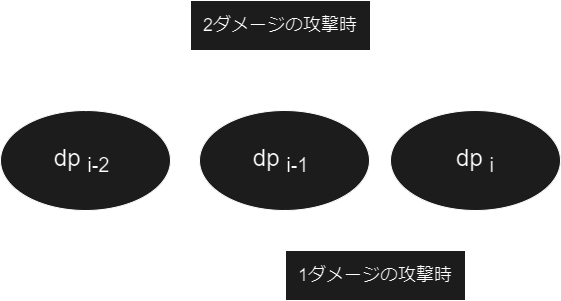
saitamau-maximum/blog keeps this draw.io diagram as public/images/blog/intro-course-8/critical_hit.png. Above is the earlier version. Source tidied: cells renumbered, new cells last; positions are measured from the earlier drawing's top-left corner, leaving out a move shared by most shapes. The source it was exported from:
```xml
<mxGraphModel>
  <root>
    <mxCell id="0" />
    <mxCell id="1" parent="0" />
    <mxCell id="2" style="group;" parent="1" vertex="1">
      <mxGeometry width="560" height="300" as="geometry" />
    </mxCell>
    <mxCell id="3" value="&lt;span style=&quot;font-size: 18px;&quot;&gt;2ダメージの攻撃時&lt;/span&gt;" style="text;align=center;html=1;verticalAlign=middle;whiteSpace=wrap;rounded=0;fillColor=#E3E3E3;strokeColor=default;" parent="2" vertex="1">
      <mxGeometry x="190" width="180" height="50" as="geometry" />
    </mxCell>
    <mxCell id="4" style="group;" parent="2" vertex="1">
      <mxGeometry y="30" width="560" height="180" as="geometry" />
    </mxCell>
    <mxCell id="5" value="&lt;font style=&quot;font-size: 24px;&quot;&gt;dp&amp;nbsp;&lt;sub&gt;i-2&lt;/sub&gt;&amp;nbsp;&lt;/font&gt;" style="ellipse;whiteSpace=wrap;html=1;fillColor=#E3E3E3;" parent="4" vertex="1">
      <mxGeometry y="80" width="170" height="100" as="geometry" />
    </mxCell>
    <mxCell id="6" value="&lt;font style=&quot;font-size: 24px;&quot;&gt;dp&amp;nbsp;&lt;sub style=&quot;border-color: var(--border-color);&quot;&gt;i-1&lt;/sub&gt;&lt;/font&gt;&lt;span style=&quot;font-size: 24px;&quot;&gt;&amp;nbsp;&lt;/span&gt;" style="ellipse;whiteSpace=wrap;html=1;fillColor=#E3E3E3;" parent="4" vertex="1">
      <mxGeometry x="199" y="80" width="170" height="100" as="geometry" />
    </mxCell>
    <mxCell id="7" value="&lt;font style=&quot;font-size: 24px;&quot;&gt;dp&amp;nbsp;&lt;sub style=&quot;border-color: var(--border-color);&quot;&gt;i&lt;/sub&gt;&lt;/font&gt;" style="ellipse;whiteSpace=wrap;html=1;fillColor=#E3E3E3;" parent="4" vertex="1">
      <mxGeometry x="390" y="80" width="170" height="100" as="geometry" />
    </mxCell>
    <mxCell id="8" style="curved=1;endArrow=classic;html=1;rounded=0;exitX=0.5;exitY=0;exitDx=0;exitDy=0;entryX=0.5;entryY=0;entryDx=0;entryDy=0;sourcePerimeterSpacing=6;strokeWidth=2;" parent="4" edge="1" target="7">
      <mxGeometry relative="1" as="geometry">
        <mxPoint x="85" y="80" as="sourcePoint" />
        <Array as="points">
          <mxPoint x="281" y="-10" />
        </Array>
      </mxGeometry>
    </mxCell>
    <mxCell id="9" value="&lt;br&gt;&lt;span style=&quot;font-size: 16px;&quot;&gt;&lt;br&gt;&lt;/span&gt;" style="edgeLabel;html=1;align=center;verticalAlign=middle;" parent="8" vertex="1">
      <mxGeometry x="-0.65" y="-5" relative="1" as="geometry" />
    </mxCell>
    <mxCell id="10" style="curved=1;endArrow=classic;html=1;rounded=0;exitX=0.5;exitY=1;exitDx=0;exitDy=0;entryX=0.5;entryY=1;entryDx=0;entryDy=0;strokeWidth=2;" parent="4" edge="1" source="6" target="7">
      <mxGeometry relative="1" as="geometry">
        <Array as="points">
          <mxPoint x="381" y="230" />
        </Array>
      </mxGeometry>
    </mxCell>
    <mxCell id="11" value="&lt;span style=&quot;font-size: 18px;&quot;&gt;1ダメージの攻撃時&lt;/span&gt;" style="text;align=center;html=1;verticalAlign=middle;whiteSpace=wrap;rounded=0;fillColor=#E3E3E3;strokeColor=default;" parent="2" vertex="1">
      <mxGeometry x="285" y="250" width="180" height="50" as="geometry" />
    </mxCell>
  </root>
</mxGraphModel>
```
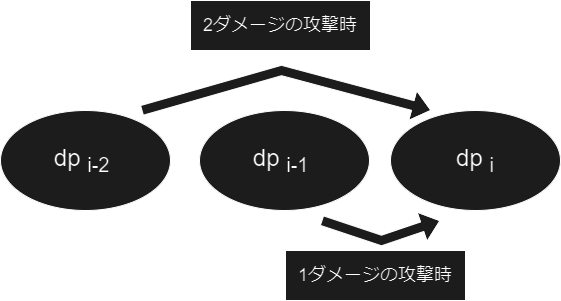
The same diagram one commit later.

Change to the diagram source:
```diff
@@ -20,7 +20,7 @@
     <mxCell id="7" value="&lt;font style=&quot;font-size: 24px;&quot;&gt;dp&amp;nbsp;&lt;sub style=&quot;border-color: var(--border-color);&quot;&gt;i&lt;/sub&gt;&lt;/font&gt;" style="ellipse;whiteSpace=wrap;html=1;fillColor=#E3E3E3;" parent="4" vertex="1">
       <mxGeometry x="390" y="80" width="170" height="100" as="geometry" />
     </mxCell>
-    <mxCell id="8" style="curved=1;endArrow=classic;html=1;rounded=0;exitX=0.5;exitY=0;exitDx=0;exitDy=0;entryX=0.5;entryY=0;entryDx=0;entryDy=0;sourcePerimeterSpacing=6;strokeWidth=2;" parent="4" edge="1" target="7">
+    <mxCell id="8" style="curved=1;endArrow=classic;html=1;rounded=0;exitX=0.5;exitY=0;exitDx=0;exitDy=0;entryX=0.5;entryY=0;entryDx=0;entryDy=0;sourcePerimeterSpacing=6;strokeWidth=2;strokeColor=none;" parent="4" edge="1" target="7">
       <mxGeometry relative="1" as="geometry">
         <mxPoint x="85" y="80" as="sourcePoint" />
         <Array as="points">
@@ -31,13 +31,24 @@
     <mxCell id="9" value="&lt;br&gt;&lt;span style=&quot;font-size: 16px;&quot;&gt;&lt;br&gt;&lt;/span&gt;" style="edgeLabel;html=1;align=center;verticalAlign=middle;" parent="8" vertex="1">
       <mxGeometry x="-0.65" y="-5" relative="1" as="geometry" />
     </mxCell>
-    <mxCell id="10" style="curved=1;endArrow=classic;html=1;rounded=0;exitX=0.5;exitY=1;exitDx=0;exitDy=0;entryX=0.5;entryY=1;entryDx=0;entryDy=0;strokeWidth=2;" parent="4" edge="1" source="6" target="7">
-      <mxGeometry relative="1" as="geometry">
-        <Array as="points">
-          <mxPoint x="381" y="230" />
-        </Array>
-      </mxGeometry>
-    </mxCell>
+    <mxCell id="12" style="shape=flexArrow;endArrow=classic;html=1;rounded=0;fillColor=#E3E3E3;" parent="4" edge="1">
+      <mxGeometry relative="1" as="geometry">
+        <mxPoint x="141" y="80" as="sourcePoint" />
+        <mxPoint x="431" y="80" as="targetPoint" />
+        <Array as="points">
+          <mxPoint x="281" y="40" />
+        </Array>
+      </mxGeometry>
+    </mxCell>
+    <mxCell id="13" style="shape=flexArrow;endArrow=classic;html=1;rounded=0;fillColor=#E3E3E3;" parent="4" edge="1">
+      <mxGeometry relative="1" as="geometry">
+        <mxPoint x="321" y="190" as="sourcePoint" />
+        <mxPoint x="440" y="190" as="targetPoint" />
+        <Array as="points">
+          <mxPoint x="381" y="210" />
+        </Array>
+      </mxGeometry>
+    </mxCell>
     <mxCell id="11" value="&lt;span style=&quot;font-size: 18px;&quot;&gt;1ダメージの攻撃時&lt;/span&gt;" style="text;align=center;html=1;verticalAlign=middle;whiteSpace=wrap;rounded=0;fillColor=#E3E3E3;strokeColor=default;" parent="2" vertex="1">
       <mxGeometry x="285" y="250" width="180" height="50" as="geometry" />
     </mxCell>
```
